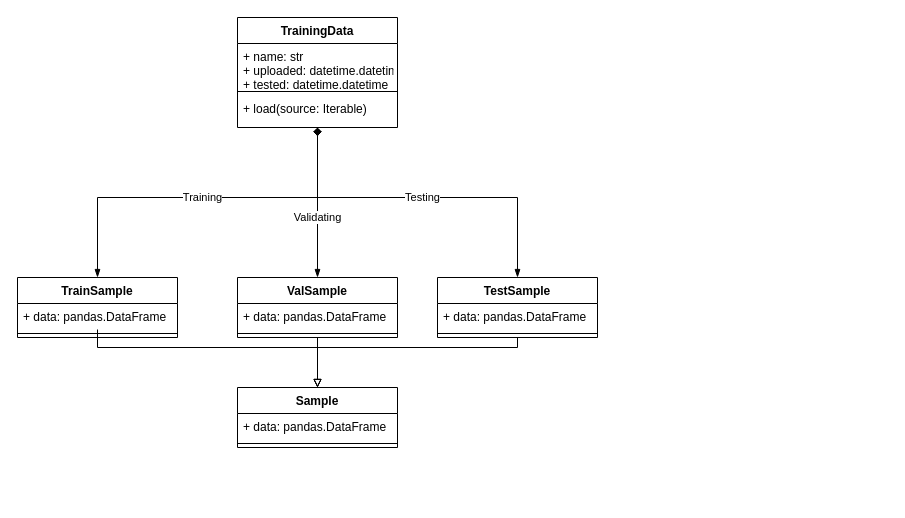
This is page "Page-2" (2 of 2) of tfx.drawio from chanelcolgate/hydroelectric-project, a draw.io file, before an edit. Source tidied: cells renumbered, new cells numbered last; positions are measured from the earlier drawing's top-left corner, leaving out a move shared by most shapes. Both pictures are drawn from the tidied source at 100%, with x=0, y=0 at pixel (17, 17).
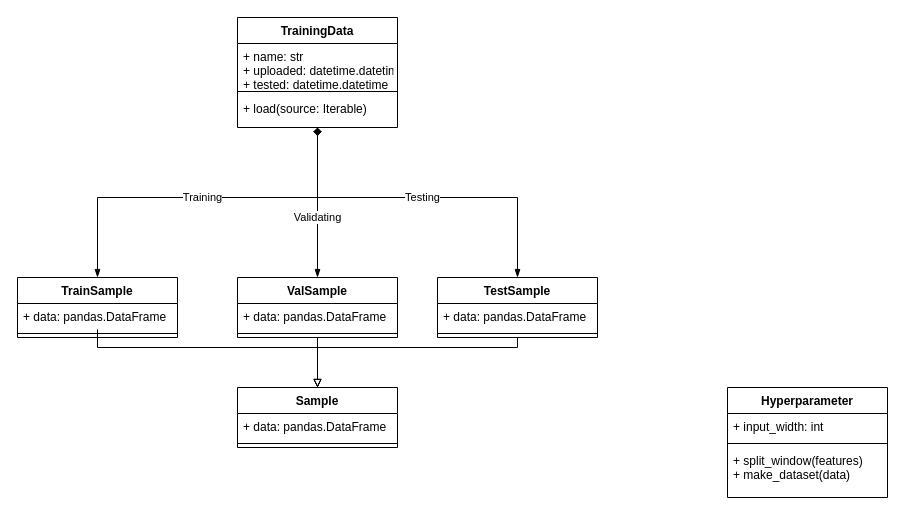
The same diagram, later.

The edit, as a diff of the source:
```diff
@@
+    <mxCell id="24" value="Hyperparameter" style="swimlane;fontStyle=1;align=center;verticalAlign=top;horizontal=1;startSize=26;" parent="1" vertex="1">
+      <mxGeometry x="710" y="370" width="160" height="110" as="geometry" />
+    </mxCell>
+    <mxCell id="25" value="+ input_width: int" style="text;strokeColor=none;fillColor=none;align=left;verticalAlign=top;spacingLeft=4;spacingRight=4;overflow=hidden;" parent="24" vertex="1">
+      <mxGeometry y="26" width="160" height="26" as="geometry" />
+    </mxCell>
+    <mxCell id="26" style="line;strokeWidth=1;fillColor=none;align=left;verticalAlign=middle;spacingTop=-1;spacingLeft=3;spacingRight=3;labelPosition=right;" parent="24" vertex="1">
+      <mxGeometry y="52" width="160" height="8" as="geometry" />
+    </mxCell>
+    <mxCell id="27" value="+ split_window(features)&#10;+ make_dataset(data)" style="text;strokeColor=none;fillColor=none;align=left;verticalAlign=top;spacingLeft=4;spacingRight=4;overflow=hidden;" parent="24" vertex="1">
+      <mxGeometry y="60" width="160" height="50" as="geometry" />
+    </mxCell>
```
